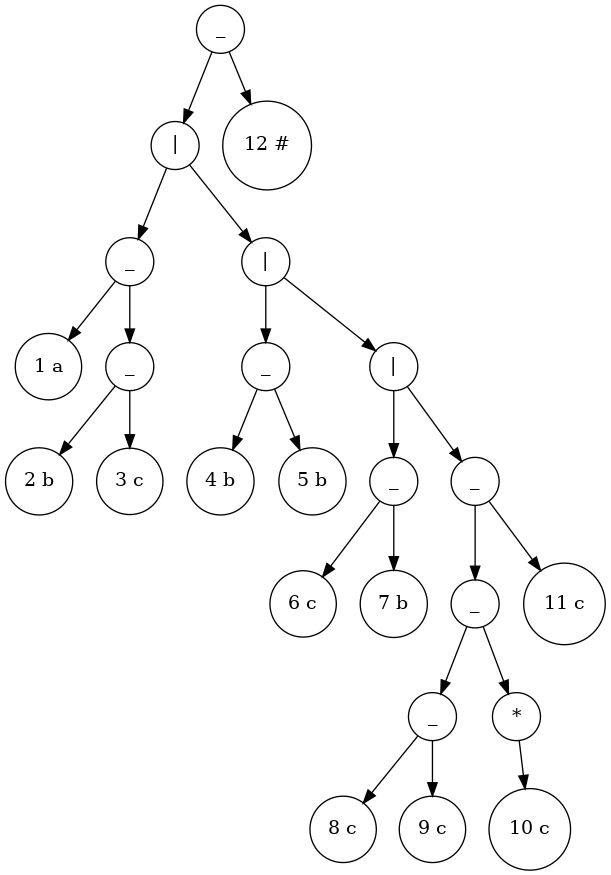
The Graphviz diagram tree_output/tree_output.png in x6x4/lab2aaaaaaaaaaa, before a commit. Its source is kept beside it as tree_output/tree_output.dot. Its diagram source:
```dot
digraph Tree {
node [shape=circle];
93834514963136 [label="_"];
93834514963136 -> 93834514963040;
93834514963040 [label="|"];
93834514963040 -> 93834514961840;
93834514961840 [label="_"];
93834514961840 -> 93834514961216;
93834514961216 [label="1 a"];
93834514961840 -> 93834514961648;
93834514961648 [label="_"];
93834514961648 -> 93834514961264;
93834514961264 [label="2 b"];
93834514961648 -> 93834514961456;
93834514961456 [label="3 c"];
93834514963040 -> 93834514962992;
93834514962992 [label="|"];
93834514962992 -> 93834514962080;
93834514962080 [label="_"];
93834514962080 -> 93834514961888;
93834514961888 [label="4 b"];
93834514962080 -> 93834514961984;
93834514961984 [label="5 b"];
93834514962992 -> 93834514962944;
93834514962944 [label="|"];
93834514962944 -> 93834514962320;
93834514962320 [label="_"];
93834514962320 -> 93834514962128;
93834514962128 [label="6 c"];
93834514962320 -> 93834514962224;
93834514962224 [label="7 b"];
93834514962944 -> 93834514962896;
93834514962896 [label="_"];
93834514962896 -> 93834514962752;
93834514962752 [label="_"];
93834514962752 -> 93834514962560;
93834514962560 [label="_"];
93834514962560 -> 93834514962368;
93834514962368 [label="8 c"];
93834514962560 -> 93834514962464;
93834514962464 [label="9 c"];
93834514962752 -> 93834514962704;
93834514962704 [label="*"];
93834514962704 -> 93834514962608;
93834514962608 [label="10 c"];
93834514962896 -> 93834514962800;
93834514962800 [label="11 c"];
93834514963136 -> 93834514963088;
93834514963088 [label="12 #"];
}
```
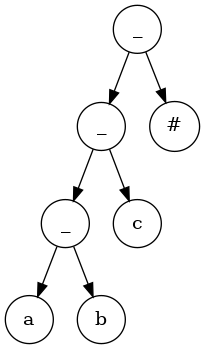
The same diagram one commit later.

Diff of the diagram source:
```diff
@@ -1,50 +1,16 @@
 digraph Tree {
 node [shape=circle];
-93834514963136 [label="_"];
-93834514963136 -> 93834514963040;
-93834514963040 [label="|"];
-93834514963040 -> 93834514961840;
-93834514961840 [label="_"];
-93834514961840 -> 93834514961216;
-93834514961216 [label="1 a"];
-93834514961840 -> 93834514961648;
-93834514961648 [label="_"];
-93834514961648 -> 93834514961264;
-93834514961264 [label="2 b"];
-93834514961648 -> 93834514961456;
-93834514961456 [label="3 c"];
-93834514963040 -> 93834514962992;
-93834514962992 [label="|"];
-93834514962992 -> 93834514962080;
-93834514962080 [label="_"];
-93834514962080 -> 93834514961888;
-93834514961888 [label="4 b"];
-93834514962080 -> 93834514961984;
-93834514961984 [label="5 b"];
-93834514962992 -> 93834514962944;
-93834514962944 [label="|"];
-93834514962944 -> 93834514962320;
-93834514962320 [label="_"];
-93834514962320 -> 93834514962128;
-93834514962128 [label="6 c"];
-93834514962320 -> 93834514962224;
-93834514962224 [label="7 b"];
-93834514962944 -> 93834514962896;
-93834514962896 [label="_"];
-93834514962896 -> 93834514962752;
-93834514962752 [label="_"];
-93834514962752 -> 93834514962560;
-93834514962560 [label="_"];
-93834514962560 -> 93834514962368;
-93834514962368 [label="8 c"];
-93834514962560 -> 93834514962464;
-93834514962464 [label="9 c"];
-93834514962752 -> 93834514962704;
-93834514962704 [label="*"];
-93834514962704 -> 93834514962608;
-93834514962608 [label="10 c"];
-93834514962896 -> 93834514962800;
-93834514962800 [label="11 c"];
-93834514963136 -> 93834514963088;
-93834514963088 [label="12 #"];
+94061099638016 [label="_"];
+94061099638016 -> 94061099637632;
+94061099637632 [label="_"];
+94061099637632 -> 94061099637152;
+94061099637152 [label="_"];
+94061099637152 -> 94061099636672;
+94061099636672 [label="a"];
+94061099637152 -> 94061099636912;
+94061099636912 [label="b"];
+94061099637632 -> 94061099637392;
+94061099637392 [label="c"];
+94061099638016 -> 94061099637776;
+94061099637776 [label="#"];
 }
```
